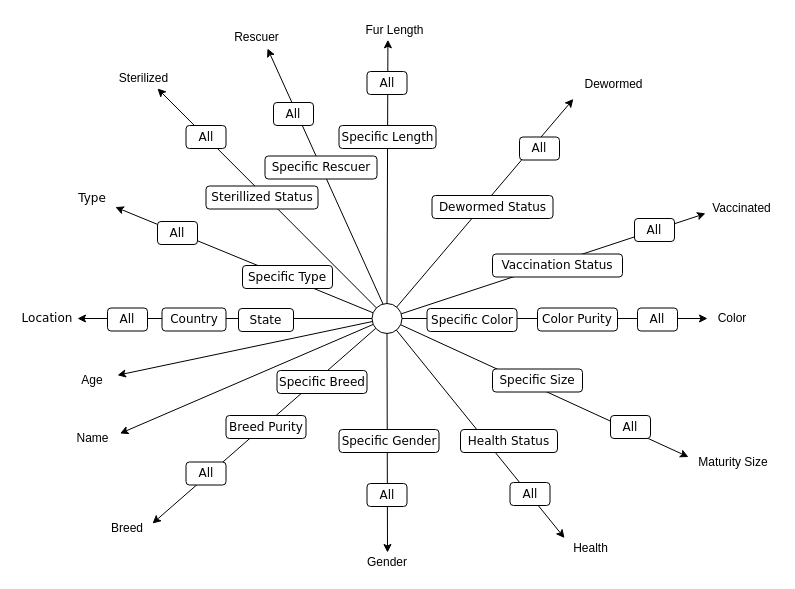
The draw.io diagram resources/starnet/template/template-starnet.drawio in brucehow/cits3401-project, before the edit. Source tidied: cells renumbered, new cells numbered last; positions are measured from the earlier drawing's top-left corner, leaving out a move shared by most shapes. Both pictures are drawn from the tidied source at 100%, with x=0, y=0 at pixel (17, 20).
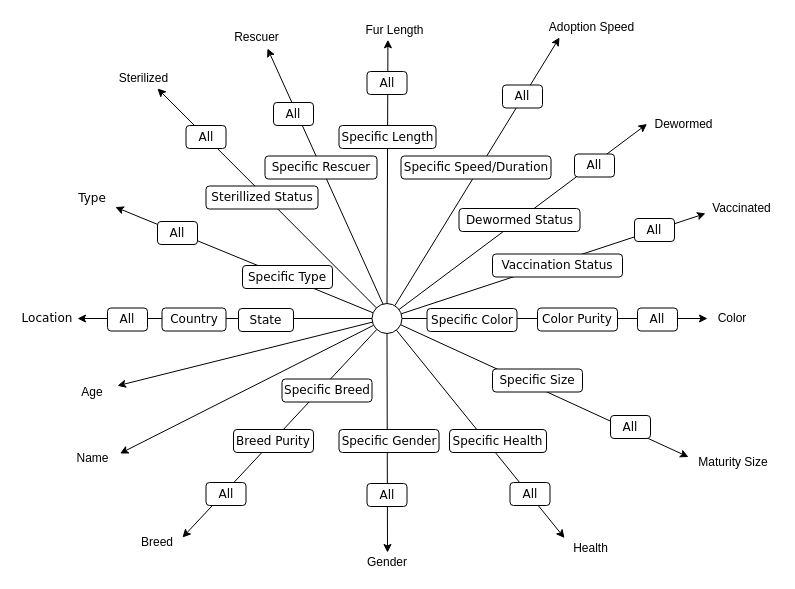
The same page after the edit.

Commit message (it also covers changes not shown here):
Update starnet and remove outdated query footprints

Unchanged cells that the change refers to:
```xml
<mxCell id="6" style="ellipse;whiteSpace=wrap;html=1;" parent="1" vertex="1">
  <mxGeometry x="354.5" y="283" width="30" height="30" as="geometry" />
</mxCell>
```

The edit, as a diff of the source:
```diff
@@
     <mxCell id="10" value="Age&lt;br&gt;" style="text;html=1;strokeColor=none;fillColor=none;align=center;verticalAlign=middle;whiteSpace=wrap;rounded=0;" parent="1" vertex="1">
-      <mxGeometry x="50" y="350" width="50" height="20" as="geometry" />
+      <mxGeometry x="50" y="361.5" width="50" height="20" as="geometry" />
     </mxCell>
     <mxCell id="11" value="Name&lt;br&gt;" style="text;html=1;strokeColor=none;fillColor=none;align=center;verticalAlign=middle;whiteSpace=wrap;rounded=0;" parent="1" vertex="1">
-      <mxGeometry x="47.5" y="408" width="55" height="20" as="geometry" />
+      <mxGeometry x="47.5" y="428" width="55" height="20" as="geometry" />
     </mxCell>
@@
     <mxCell id="13" value="Breed&lt;br&gt;" style="text;html=1;strokeColor=none;fillColor=none;align=center;verticalAlign=middle;whiteSpace=wrap;rounded=0;" parent="1" vertex="1">
-      <mxGeometry x="85" y="498" width="50" height="20" as="geometry" />
+      <mxGeometry x="115" y="512" width="50" height="20" as="geometry" />
     </mxCell>
@@
     <mxCell id="15" value="All&lt;br&gt;" style="whiteSpace=wrap;html=1;rounded=1;shadow=0;labelBackgroundColor=none;strokeColor=#000000;strokeWidth=1;fillColor=#ffffff;fontFamily=Verdana;fontSize=12;fontColor=#000000;align=center;glass=0;" parent="1" vertex="1">
-      <mxGeometry x="168.5" y="441.5" width="40" height="23" as="geometry" />
+      <mxGeometry x="188.5" y="462" width="40" height="23" as="geometry" />
     </mxCell>
     <mxCell id="16" value="Breed Purity&lt;br&gt;" style="whiteSpace=wrap;html=1;rounded=1;shadow=0;labelBackgroundColor=none;strokeColor=#000000;strokeWidth=1;fillColor=#ffffff;fontFamily=Verdana;fontSize=12;fontColor=#000000;align=center;glass=0;" parent="1" vertex="1">
-      <mxGeometry x="208.5" y="395" width="80" height="23" as="geometry" />
+      <mxGeometry x="216" y="409" width="80" height="23" as="geometry" />
     </mxCell>
     <mxCell id="17" value="Specific Breed" style="whiteSpace=wrap;html=1;rounded=1;shadow=0;labelBackgroundColor=none;strokeColor=#000000;strokeWidth=1;fillColor=#ffffff;fontFamily=Verdana;fontSize=12;fontColor=#000000;align=center;glass=0;" parent="1" vertex="1">
-      <mxGeometry x="259.5" y="350" width="90" height="23" as="geometry" />
+      <mxGeometry x="264.5" y="358.5" width="90" height="23" as="geometry" />
     </mxCell>
@@
     <mxCell id="39" value="Dewormed" style="text;html=1;strokeColor=none;fillColor=none;align=center;verticalAlign=middle;whiteSpace=wrap;rounded=0;" parent="1" vertex="1">
-      <mxGeometry x="560" y="54" width="73" height="20" as="geometry" />
+      <mxGeometry x="629.5" y="93.5" width="73" height="20" as="geometry" />
     </mxCell>
-    <mxCell id="40" style="edgeStyle=none;rounded=0;jettySize=auto;html=0;endArrow=classic;endFill=1;fontColor=none;shadow=0;entryX=-0.057;entryY=1.225;entryDx=0;entryDy=0;entryPerimeter=0;" parent="1" edge="1" source="6" target="39">
+    <mxCell id="40" style="edgeStyle=none;rounded=0;jettySize=auto;html=0;endArrow=classic;endFill=1;fontColor=none;shadow=0;entryX=0;entryY=0.5;entryDx=0;entryDy=0;" parent="1" edge="1" source="6" target="39">
       <mxGeometry relative="1" as="geometry" />
     </mxCell>
     <mxCell id="41" value="All&lt;br&gt;" style="whiteSpace=wrap;html=1;rounded=1;shadow=0;labelBackgroundColor=none;strokeColor=#000000;strokeWidth=1;fillColor=#ffffff;fontFamily=Verdana;fontSize=12;fontColor=#000000;align=center;glass=0;" parent="1" vertex="1">
-      <mxGeometry x="502" y="116.5" width="40" height="23" as="geometry" />
+      <mxGeometry x="557" y="133.5" width="40" height="23" as="geometry" />
     </mxCell>
     <mxCell id="42" value="Dewormed Status&lt;br&gt;" style="whiteSpace=wrap;html=1;rounded=1;shadow=0;labelBackgroundColor=none;strokeColor=#000000;strokeWidth=1;fillColor=#ffffff;fontFamily=Verdana;fontSize=12;fontColor=#000000;align=center;glass=0;" parent="1" vertex="1">
-      <mxGeometry x="414.5" y="175" width="121" height="23" as="geometry" />
+      <mxGeometry x="441.5" y="188" width="121" height="23" as="geometry" />
     </mxCell>
@@
-    <mxCell id="50" value="Health Status&lt;br&gt;" style="whiteSpace=wrap;html=1;rounded=1;shadow=0;labelBackgroundColor=none;strokeColor=#000000;strokeWidth=1;fillColor=#ffffff;fontFamily=Verdana;fontSize=12;fontColor=#000000;align=center;glass=0;" parent="1" vertex="1">
-      <mxGeometry x="443" y="409" width="97" height="23" as="geometry" />
+    <mxCell id="50" value="Specific Health&lt;br&gt;" style="whiteSpace=wrap;html=1;rounded=1;shadow=0;labelBackgroundColor=none;strokeColor=#000000;strokeWidth=1;fillColor=#ffffff;fontFamily=Verdana;fontSize=12;fontColor=#000000;align=center;glass=0;" parent="1" vertex="1">
+      <mxGeometry x="432" y="409" width="97" height="23" as="geometry" />
     </mxCell>
@@
+    <mxCell id="59" style="edgeStyle=none;rounded=0;jettySize=auto;html=0;endArrow=classic;endFill=1;fontColor=none;shadow=0;entryX=0.143;entryY=1;entryDx=0;entryDy=0;entryPerimeter=0;" parent="1" edge="1" source="6" target="60">
+      <mxGeometry relative="1" as="geometry" />
+    </mxCell>
+    <mxCell id="60" value="Adoption Speed" style="text;html=1;strokeColor=none;fillColor=none;align=center;verticalAlign=middle;whiteSpace=wrap;rounded=0;" parent="1" vertex="1">
+      <mxGeometry x="529" y="-3" width="91" height="20" as="geometry" />
+    </mxCell>
+    <mxCell id="61" value="All&lt;br&gt;" style="whiteSpace=wrap;html=1;rounded=1;shadow=0;labelBackgroundColor=none;strokeColor=#000000;strokeWidth=1;fillColor=#ffffff;fontFamily=Verdana;fontSize=12;fontColor=#000000;align=center;glass=0;" parent="1" vertex="1">
+      <mxGeometry x="485" y="64.5" width="40" height="23" as="geometry" />
+    </mxCell>
+    <mxCell id="62" value="Specific Speed/Duration&lt;br&gt;" style="whiteSpace=wrap;html=1;rounded=1;shadow=0;labelBackgroundColor=none;strokeColor=#000000;strokeWidth=1;fillColor=#ffffff;fontFamily=Verdana;fontSize=12;fontColor=#000000;align=center;glass=0;" parent="1" vertex="1">
+      <mxGeometry x="383.5" y="135.5" width="150" height="23" as="geometry" />
+    </mxCell>
```
